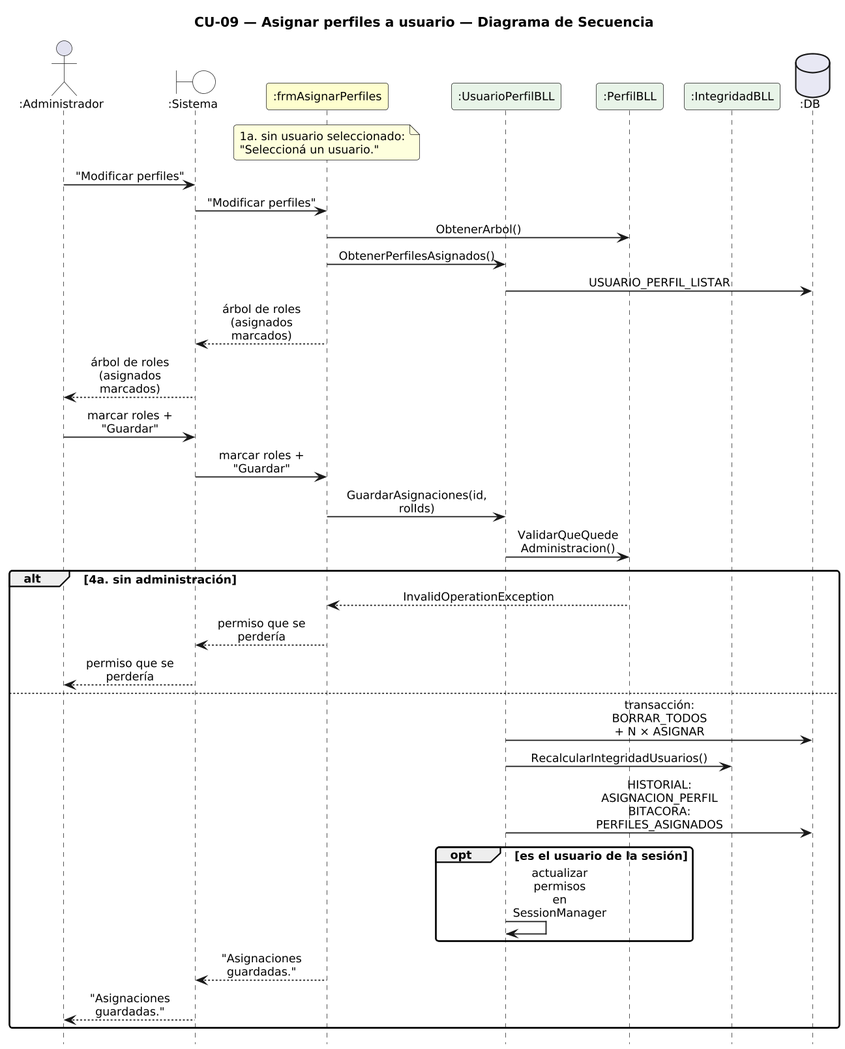
This is DIAGRAMAS/DiagramaSecuencia_CU09_AsignarPerfiles.png from Urrels/ingenieria_software, a PlantUML export, as it was before one commit.
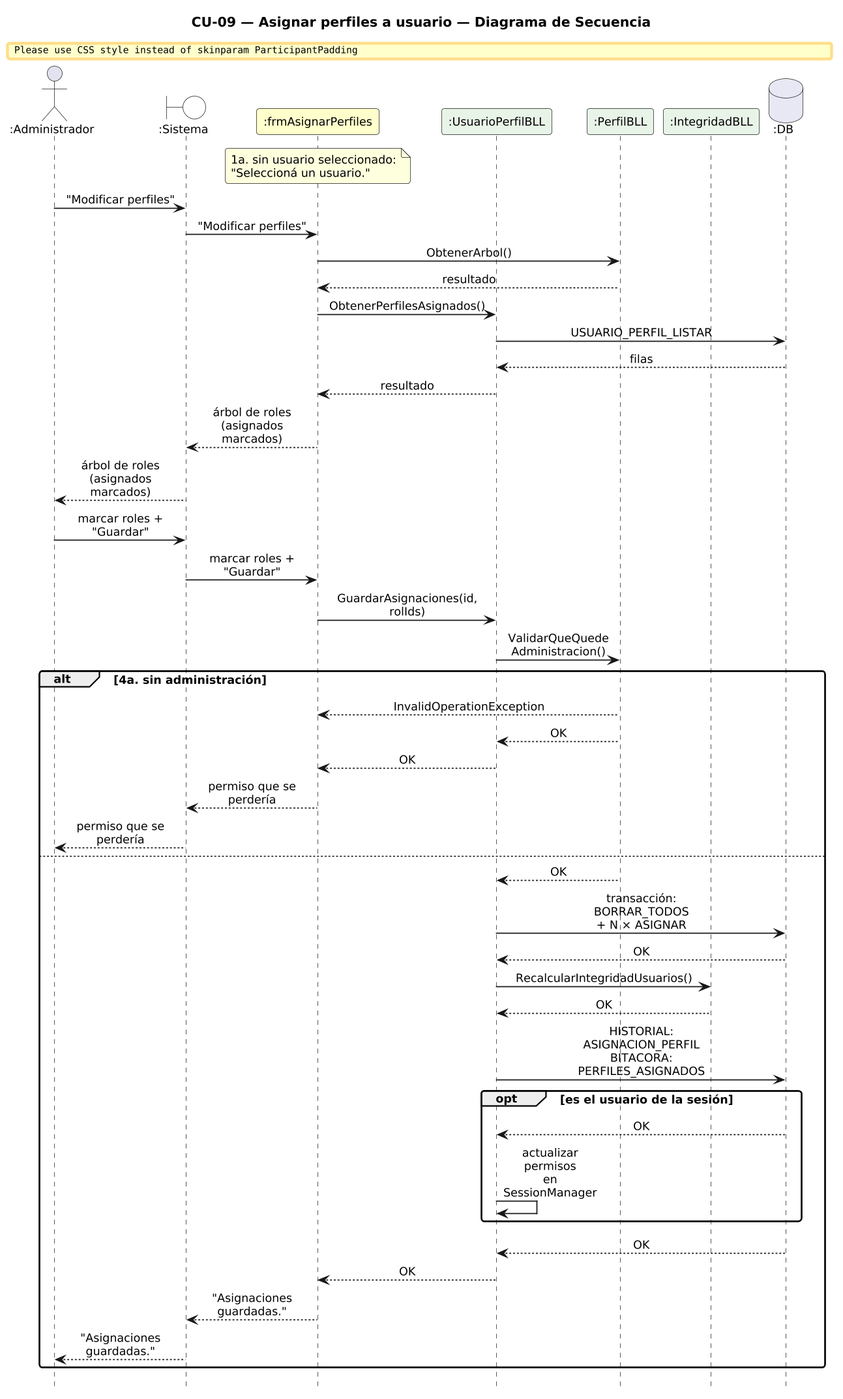
After the change.

What changed in the source:
```diff
@@ -25,8 +25,11 @@
 A -> SYS : "Modificar perfiles"
 SYS -> AP : "Modificar perfiles"
 AP -> PB : ObtenerArbol()
+PB --> AP : resultado
 AP -> UP : ObtenerPerfilesAsignados()
 UP -> DB : USUARIO_PERFIL_LISTAR
+DB --> UP : filas
+UP --> AP : resultado
 AP --> SYS : árbol de roles\n(asignados marcados)
 SYS --> A : árbol de roles\n(asignados marcados)
 A -> SYS : marcar roles + "Guardar"
@@ -35,15 +38,23 @@
 UP -> PB : ValidarQueQuede\nAdministracion()
 alt 4a. sin administración
   PB --> AP : InvalidOperationException
+  PB --> UP : OK
+  UP --> AP : OK
   AP --> SYS : permiso que se perdería
   SYS --> A : permiso que se perdería
 else
+  PB --> UP : OK
   UP -> DB : transacción: BORRAR_TODOS\n+ N × ASIGNAR
+  DB --> UP : OK
   UP -> I : RecalcularIntegridadUsuarios()
+  I --> UP : OK
   UP -> DB : HISTORIAL: ASIGNACION_PERFIL\nBITACORA: PERFILES_ASIGNADOS
   opt es el usuario de la sesión
+    DB --> UP : OK
     UP -> UP : actualizar permisos\nen SessionManager
   end
+  DB --> UP : OK
+  UP --> AP : OK
   AP --> SYS : "Asignaciones guardadas."
   SYS --> A : "Asignaciones guardadas."
 end
```
